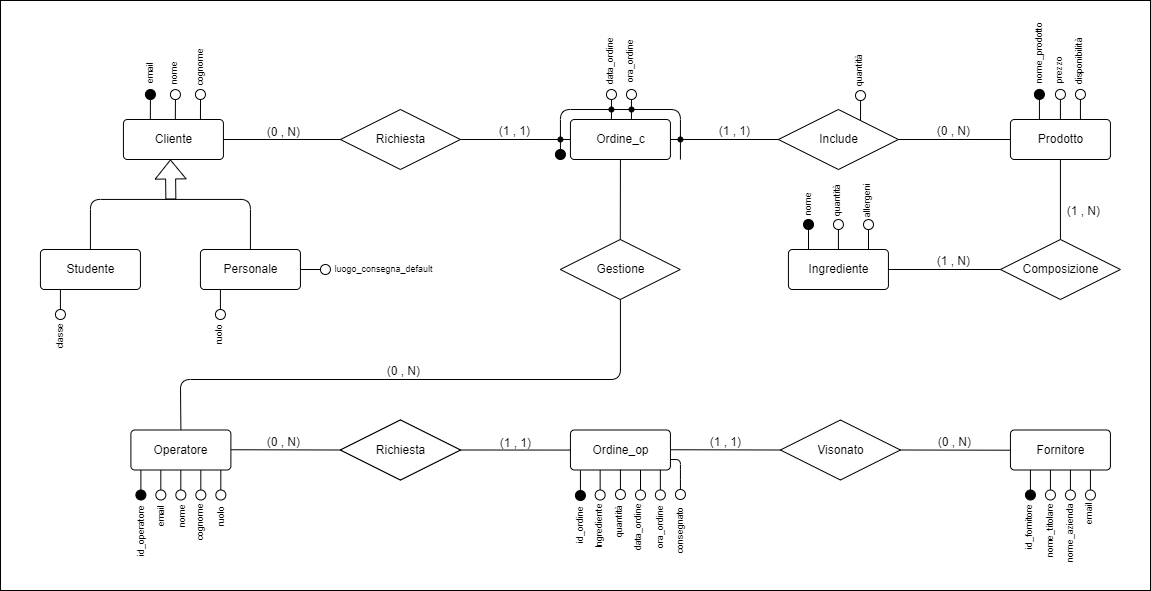
This is Conceptual_model.drawio.png from Dani-Picciau/OwlBreak, a draw.io export, as it was before one commit. Source tidied: cells renumbered, new cells last; positions are measured from the earlier drawing's top-left corner, leaving out a move shared by most shapes.
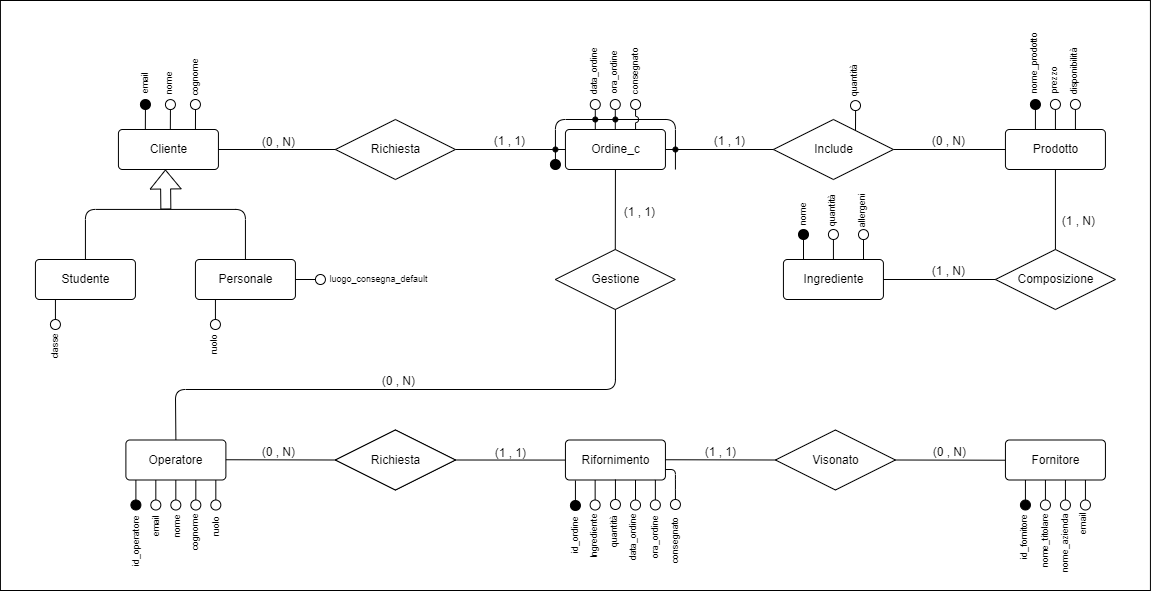
Above is the later version.

The edit, as a diff of the source:
```diff
@@ -1,9 +1,9 @@
-<mxGraphModel>
+<mxGraphModel background="#ffffff">
   <root>
     <mxCell id="0" />
     <mxCell id="1" parent="0" />
     <mxCell id="2" style="rounded=0;whiteSpace=wrap;html=1;fillColor=light-dark(#FFFFFF,#808080);" parent="1" vertex="1">
-      <mxGeometry width="1150" height="590" as="geometry" />
+      <mxGeometry x="4.9" y="-10" width="1150" height="590" as="geometry" />
     </mxCell>
     <mxCell id="3" style="endArrow=none;html=1;rounded=0;labelBackgroundColor=default;fontColor=default;jumpStyle=none;backgroundOutline=1;fillOpacity=100;strokeOpacity=100;labelBorderColor=none;" parent="1" edge="1">
       <mxGeometry relative="1" as="geometry">
@@ -157,11 +157,11 @@
       <mxGeometry x="169.9" y="57" width="60" height="20" as="geometry" />
     </mxCell>
     <mxCell id="39" style="ellipse;html=1;strokeWidth=1;rotation=-585;fillColor=none;rounded=0;labelBackgroundColor=default;fontColor=default;backgroundOutline=1;fillOpacity=100;strokeOpacity=100;labelBorderColor=none;" parent="1" vertex="1">
-      <mxGeometry x="606" y="89" width="10" height="10" as="geometry" />
+      <mxGeometry x="594.8" y="89" width="10" height="10" as="geometry" />
     </mxCell>
     <mxCell id="40" style="endArrow=none;html=1;rounded=0;labelBackgroundColor=default;fontColor=default;startArrow=none;backgroundOutline=1;fillOpacity=100;strokeOpacity=100;labelBorderColor=none;" parent="1" edge="1" source="98">
       <mxGeometry relative="1" as="geometry">
-        <mxPoint x="611" y="99" as="targetPoint" />
+        <mxPoint x="599.8" y="99" as="targetPoint" />
       </mxGeometry>
     </mxCell>
     <mxCell id="41" style="group;rotation=-180;rounded=0;labelBackgroundColor=default;fontColor=default;backgroundOutline=1;fillOpacity=100;strokeOpacity=100;labelBorderColor=none;" parent="1" vertex="1">
@@ -209,7 +209,7 @@
       <mxGeometry x="323.1" y="259" width="120" height="20" as="geometry" />
     </mxCell>
     <mxCell id="53" value="data_ordine" style="text;html=1;align=center;verticalAlign=middle;strokeColor=none;fillColor=none;fontSize=9;rotation=-90;rounded=0;labelBackgroundColor=none;fontColor=default;backgroundOutline=1;fillOpacity=100;strokeOpacity=100;labelBorderColor=none;" parent="1" vertex="1">
-      <mxGeometry x="575" y="51" width="70" height="20" as="geometry" />
+      <mxGeometry x="563.8" y="51" width="70" height="20" as="geometry" />
     </mxCell>
     <mxCell id="54" style="group;rotation=-180;rounded=0;labelBackgroundColor=default;fontColor=default;backgroundOutline=1;fillOpacity=100;strokeOpacity=100;labelBorderColor=none;" parent="1" vertex="1">
       <mxGeometry x="214.3" y="469.5" width="14.1" height="32.1" as="geometry" />
@@ -369,29 +369,29 @@
     </mxCell>
     <mxCell id="97" style="endArrow=none;html=1;rounded=0;labelBackgroundColor=default;fontColor=default;backgroundOutline=1;fillOpacity=100;strokeOpacity=100;labelBorderColor=none;" parent="1" edge="1" target="98">
       <mxGeometry relative="1" as="geometry">
-        <mxPoint x="611" y="119" as="sourcePoint" />
+        <mxPoint x="599.8" y="119" as="sourcePoint" />
       </mxGeometry>
     </mxCell>
     <mxCell id="98" style="ellipse;html=1;fillStyle=auto;strokeColor=#000000;fontSize=9;fillColor=#000000;rounded=0;labelBackgroundColor=default;fontColor=default;backgroundOutline=1;fillOpacity=100;strokeOpacity=100;labelBorderColor=none;" parent="1" vertex="1">
-      <mxGeometry x="608.5" y="106.5" width="5" height="5" as="geometry" />
+      <mxGeometry x="597.3" y="106.5" width="5" height="5" as="geometry" />
     </mxCell>
     <mxCell id="99" style="ellipse;html=1;strokeWidth=1;rotation=-585;fillColor=none;rounded=0;labelBackgroundColor=default;fontColor=default;backgroundOutline=1;fillOpacity=100;strokeOpacity=100;labelBorderColor=none;" parent="1" vertex="1">
-      <mxGeometry x="626" y="89" width="10" height="10" as="geometry" />
+      <mxGeometry x="614.8" y="89" width="10" height="10" as="geometry" />
     </mxCell>
     <mxCell id="100" style="endArrow=none;html=1;rounded=0;labelBackgroundColor=default;fontColor=default;backgroundOutline=1;fillOpacity=100;strokeOpacity=100;labelBorderColor=none;" parent="1" edge="1">
       <mxGeometry relative="1" as="geometry">
-        <mxPoint x="631" y="119" as="sourcePoint" />
-        <mxPoint x="631" y="99" as="targetPoint" />
+        <mxPoint x="619.8" y="119" as="sourcePoint" />
+        <mxPoint x="619.8" y="99" as="targetPoint" />
       </mxGeometry>
     </mxCell>
     <mxCell id="101" style="ellipse;html=1;fillStyle=auto;strokeColor=#000000;fontSize=9;fillColor=#000000;rounded=0;labelBackgroundColor=default;fontColor=default;backgroundOutline=1;fillOpacity=100;strokeOpacity=100;labelBorderColor=none;" parent="1" vertex="1">
-      <mxGeometry x="628.5" y="106.5" width="5" height="5" as="geometry" />
+      <mxGeometry x="617.4" y="106.5" width="5" height="5" as="geometry" />
     </mxCell>
     <mxCell id="102" style="ellipse;html=1;strokeWidth=1;rotation=-225;fillColor=#000000;rounded=0;labelBackgroundColor=default;fontColor=default;backgroundOutline=1;fillOpacity=100;strokeOpacity=100;labelBorderColor=none;" parent="1" vertex="1">
       <mxGeometry x="554.9" y="149" width="10" height="10" as="geometry" />
     </mxCell>
     <mxCell id="103" value="ora_ordine" style="text;html=1;align=center;verticalAlign=middle;strokeColor=none;fillColor=none;fontSize=9;rotation=-90;rounded=0;labelBackgroundColor=none;fontColor=default;backgroundOutline=1;fillOpacity=100;strokeOpacity=100;labelBorderColor=none;" parent="1" vertex="1">
-      <mxGeometry x="595" y="51" width="70" height="20" as="geometry" />
+      <mxGeometry x="583.9" y="52" width="70" height="20" as="geometry" />
     </mxCell>
     <mxCell id="104" style="ellipse;html=1;strokeWidth=1;rotation=-225;fillColor=#000000;rounded=0;labelBackgroundColor=default;fontColor=default;backgroundOutline=1;fillOpacity=100;strokeOpacity=100;labelBorderColor=none;" parent="1" vertex="1">
       <mxGeometry x="144.9" y="89" width="10" height="10" as="geometry" />
@@ -415,7 +415,7 @@
       </mxGeometry>
     </mxCell>
     <mxCell id="109" value="nome_prodotto" style="text;html=1;align=center;verticalAlign=middle;strokeColor=none;fillColor=none;fontSize=9;rotation=-90;rounded=0;labelBackgroundColor=none;fontColor=default;backgroundOutline=1;fillOpacity=100;strokeOpacity=100;labelBorderColor=none;" parent="1" vertex="1">
-      <mxGeometry x="998.9" y="43" width="80" height="20" as="geometry" />
+      <mxGeometry x="998.9" y="43.1" width="80" height="20" as="geometry" />
     </mxCell>
     <mxCell id="110" value="prezzo" style="text;html=1;align=center;verticalAlign=middle;strokeColor=none;fillColor=none;fontSize=9;rotation=-90;rounded=0;labelBackgroundColor=none;fontColor=default;backgroundOutline=1;fillOpacity=100;strokeOpacity=100;labelBorderColor=none;" parent="1" vertex="1">
       <mxGeometry x="1033.9" y="59.9" width="50" height="20" as="geometry" />
@@ -436,12 +436,12 @@
       <mxGeometry x="1043.9" y="51" width="70" height="20" as="geometry" />
     </mxCell>
     <mxCell id="115" style="ellipse;html=1;strokeWidth=1;rotation=-585;fillColor=#000000;rounded=0;labelBackgroundColor=default;fontColor=default;backgroundOutline=1;fillOpacity=100;strokeOpacity=100;labelBorderColor=none;" parent="1" vertex="1">
-      <mxGeometry x="1033.9" y="88.9" width="10" height="10" as="geometry" />
+      <mxGeometry x="1034.9" y="89" width="10" height="10" as="geometry" />
     </mxCell>
     <mxCell id="116" style="endArrow=none;html=1;rounded=0;labelBackgroundColor=default;fontColor=default;backgroundOutline=1;fillOpacity=100;strokeOpacity=100;labelBorderColor=none;" parent="1" edge="1">
       <mxGeometry relative="1" as="geometry">
-        <mxPoint x="1038.9" y="118.9" as="sourcePoint" />
-        <mxPoint x="1038.9" y="98.9" as="targetPoint" />
+        <mxPoint x="1039.9" y="119" as="sourcePoint" />
+        <mxPoint x="1039.9" y="99" as="targetPoint" />
       </mxGeometry>
     </mxCell>
     <mxCell id="117" style="ellipse;html=1;fillStyle=auto;strokeColor=#000000;fontSize=9;fillColor=#000000;rounded=0;labelBackgroundColor=default;fontColor=default;backgroundOutline=1;fillOpacity=100;strokeOpacity=100;labelBorderColor=none;" parent="1" vertex="1">
@@ -500,7 +500,7 @@
         <mxPoint x="140.4" y="489.5" as="targetPoint" />
       </mxGeometry>
     </mxCell>
-    <mxCell id="132" value="Ordine_op" style="rounded=1;arcSize=10;html=1;align=center;labelBackgroundColor=default;fillColor=default;backgroundOutline=1;fillOpacity=100;strokeOpacity=100;fontColor=default;labelBorderColor=none;" parent="1" vertex="1">
+    <mxCell id="132" value="Rifornimento" style="rounded=1;arcSize=10;html=1;align=center;labelBackgroundColor=default;fillColor=default;backgroundOutline=1;fillOpacity=100;strokeOpacity=100;fontColor=default;labelBorderColor=none;" parent="1" vertex="1">
       <mxGeometry x="569.9" y="429.5" width="100" height="40" as="geometry" />
     </mxCell>
     <mxCell id="133" value="Richiesta" style="shape=rhombus;perimeter=rhombusPerimeter;html=1;align=center;rounded=0;labelBackgroundColor=default;fillColor=none;backgroundOutline=1;fillOpacity=100;strokeOpacity=100;fontColor=default;labelBorderColor=none;" parent="1" vertex="1">
@@ -625,5 +625,20 @@
     <mxCell id="161" value="Richiesta" style="shape=rhombus;perimeter=rhombusPerimeter;html=1;align=center;rounded=0;labelBackgroundColor=default;fillColor=default;backgroundOutline=1;fillOpacity=100;strokeOpacity=100;fontColor=default;labelBorderColor=none;" parent="1" vertex="1">
       <mxGeometry x="339.9" y="419.5" width="120" height="60" as="geometry" />
     </mxCell>
+    <mxCell id="162" style="ellipse;html=1;strokeWidth=1;rotation=-585;fillColor=none;rounded=0;labelBackgroundColor=default;fontColor=default;backgroundOutline=1;fillOpacity=100;strokeOpacity=100;labelBorderColor=none;" parent="1" vertex="1">
+      <mxGeometry x="635.1" y="89" width="10" height="10" as="geometry" />
+    </mxCell>
+    <mxCell id="163" style="endArrow=none;html=1;rounded=0;labelBackgroundColor=default;fontColor=default;backgroundOutline=1;fillOpacity=100;strokeOpacity=100;labelBorderColor=none;jumpStyle=arc;" parent="1" edge="1">
+      <mxGeometry relative="1" as="geometry">
+        <mxPoint x="640.1" y="119" as="sourcePoint" />
+        <mxPoint x="640.1" y="99" as="targetPoint" />
+      </mxGeometry>
+    </mxCell>
+    <mxCell id="164" value="consegnato" style="text;html=1;align=center;verticalAlign=middle;strokeColor=none;fillColor=none;fontSize=9;rotation=-90;rounded=0;labelBackgroundColor=none;fontColor=default;backgroundOutline=1;fillOpacity=100;strokeOpacity=100;labelBorderColor=none;" parent="1" vertex="1">
+      <mxGeometry x="605.1" y="50.9" width="70" height="20" as="geometry" />
+    </mxCell>
+    <mxCell id="165" value="(1 , 1)" style="html=1;align=right;verticalAlign=bottom;rounded=0;labelBackgroundColor=none;fontColor=default;backgroundOutline=1;fillOpacity=100;strokeOpacity=100;labelBorderColor=none;" parent="1" vertex="1">
+      <mxGeometry x="659.9" y="210" as="geometry" />
+    </mxCell>
   </root>
 </mxGraphModel>
```
